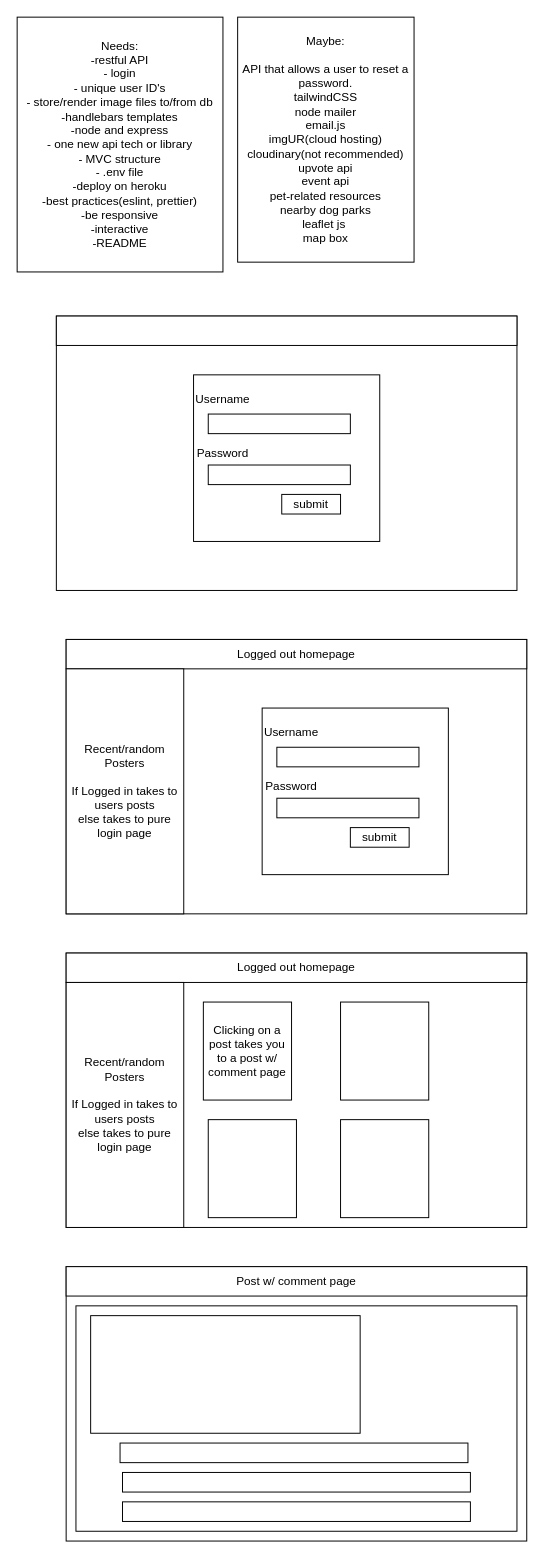
Above: page "Page-1" (1 of 4) of .dio in eljayman/pet-feed (draw.io), before the change. Source tidied: cells renumbered, new cells numbered last; positions are measured from the earlier drawing's top-left corner, leaving out a move shared by most shapes. Both pictures are drawn from the tidied source at 98%, with x=0, y=0 at pixel (17, 17).
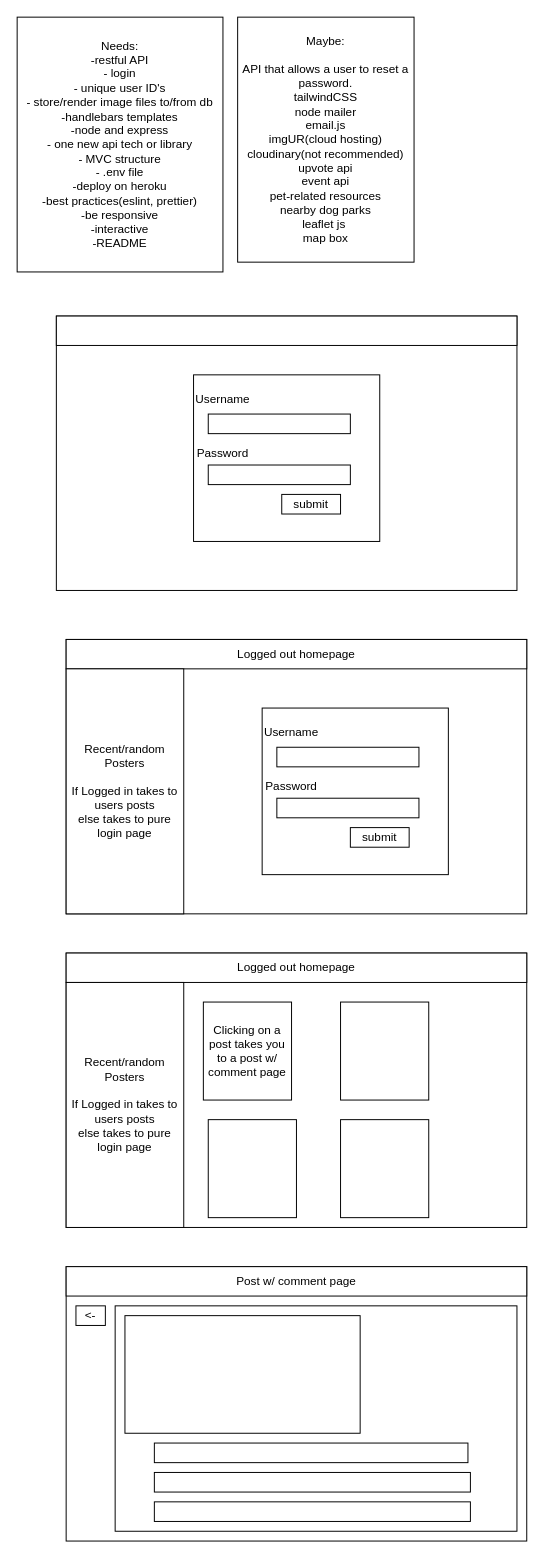
The same page after the edit.

The edit, as a diff of the source:
```diff
@@
     <mxCell id="30" style="rounded=0;whiteSpace=wrap;html=1;" parent="1" vertex="1">
-      <mxGeometry x="60" y="1315" width="450" height="230" as="geometry" />
+      <mxGeometry x="100" y="1315" width="410" height="230" as="geometry" />
     </mxCell>
     <mxCell id="31" style="rounded=0;whiteSpace=wrap;html=1;" parent="1" vertex="1">
-      <mxGeometry x="75" y="1325" width="275" height="120" as="geometry" />
+      <mxGeometry x="110" y="1325" width="240" height="120" as="geometry" />
     </mxCell>
     <mxCell id="32" style="rounded=0;whiteSpace=wrap;html=1;" parent="1" vertex="1">
-      <mxGeometry x="105" y="1455" width="355" height="20" as="geometry" />
+      <mxGeometry x="140" y="1455" width="320" height="20" as="geometry" />
     </mxCell>
     <mxCell id="33" style="rounded=0;whiteSpace=wrap;html=1;" parent="1" vertex="1">
-      <mxGeometry x="107.5" y="1485" width="355" height="20" as="geometry" />
+      <mxGeometry x="140" y="1485" width="322.5" height="20" as="geometry" />
     </mxCell>
     <mxCell id="34" style="rounded=0;whiteSpace=wrap;html=1;" parent="1" vertex="1">
-      <mxGeometry x="107.5" y="1515" width="355" height="20" as="geometry" />
+      <mxGeometry x="140" y="1515" width="322.5" height="20" as="geometry" />
     </mxCell>
+    <mxCell id="35" value="&amp;lt;-" style="rounded=0;whiteSpace=wrap;html=1;" parent="1" vertex="1">
+      <mxGeometry x="60" y="1315" width="30" height="20" as="geometry" />
+    </mxCell>
```
